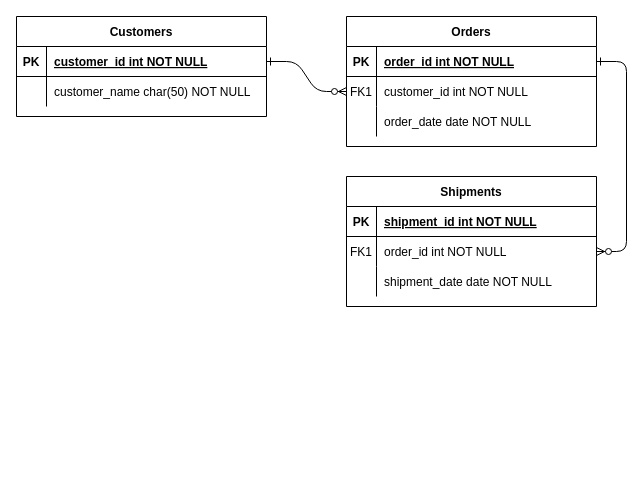
This is Untitled Diagram.drawio from toyabeai/diagrams, a draw.io file, before an edit. Source tidied: cells renumbered, new cells numbered last; positions are measured from the earlier drawing's top-left corner, leaving out a move shared by most shapes. Both pictures are drawn from the tidied source at 100%, with x=0, y=0 at pixel (16, 16).
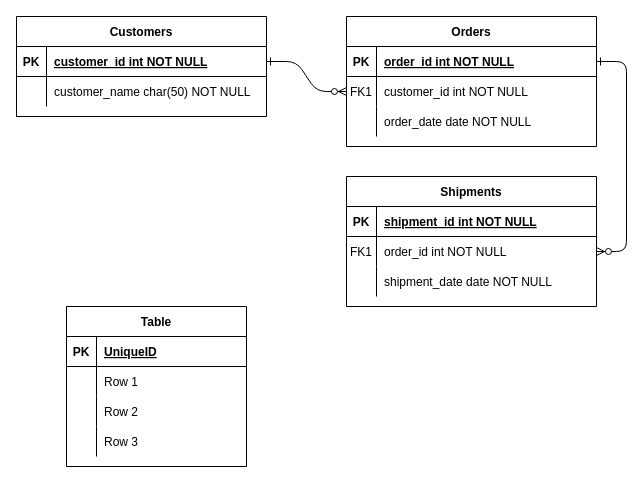
Above is the later version.

Diff of the diagram source:
```diff
@@
+    <mxCell id="31" value="Table" style="shape=table;startSize=30;childLayout=tableLayout;rowLines=0;fontStyle=1;align=center;" parent="1" vertex="1">
+      <mxGeometry x="50" y="290" width="180" height="160" as="geometry" />
+    </mxCell>
+    <mxCell id="32" style="shape=tableRow;horizontal=0;startSize=0;swimlaneHead=0;swimlaneBody=0;fillColor=none;top=0;left=0;right=0;bottom=1;" parent="31" vertex="1">
+      <mxGeometry y="30" width="180" height="30" as="geometry" />
+    </mxCell>
+    <mxCell id="33" value="PK" style="shape=partialRectangle;fillColor=none;top=0;left=0;bottom=0;right=0;fontStyle=1;overflow=hidden;" parent="32" vertex="1">
+      <mxGeometry width="30" height="30" as="geometry" />
+    </mxCell>
+    <mxCell id="34" value="UniqueID" style="shape=partialRectangle;fillColor=none;top=0;left=0;bottom=0;right=0;align=left;spacingLeft=6;fontStyle=5;overflow=hidden;" parent="32" vertex="1">
+      <mxGeometry x="30" width="150" height="30" as="geometry" />
+    </mxCell>
+    <mxCell id="35" style="shape=tableRow;horizontal=0;startSize=0;swimlaneHead=0;swimlaneBody=0;fillColor=none;top=0;left=0;right=0;bottom=0;" parent="31" vertex="1">
+      <mxGeometry y="60" width="180" height="30" as="geometry" />
+    </mxCell>
+    <mxCell id="36" style="shape=partialRectangle;fillColor=none;top=0;left=0;bottom=0;right=0;overflow=hidden;" parent="35" vertex="1">
+      <mxGeometry width="30" height="30" as="geometry" />
+    </mxCell>
+    <mxCell id="37" value="Row 1" style="shape=partialRectangle;fillColor=none;top=0;left=0;bottom=0;right=0;align=left;spacingLeft=6;overflow=hidden;" parent="35" vertex="1">
+      <mxGeometry x="30" width="150" height="30" as="geometry" />
+    </mxCell>
+    <mxCell id="38" style="shape=tableRow;horizontal=0;startSize=0;swimlaneHead=0;swimlaneBody=0;fillColor=none;top=0;left=0;right=0;bottom=0;" parent="31" vertex="1">
+      <mxGeometry y="90" width="180" height="30" as="geometry" />
+    </mxCell>
+    <mxCell id="39" style="shape=partialRectangle;fillColor=none;top=0;left=0;bottom=0;right=0;overflow=hidden;" parent="38" vertex="1">
+      <mxGeometry width="30" height="30" as="geometry" />
+    </mxCell>
+    <mxCell id="40" value="Row 2" style="shape=partialRectangle;fillColor=none;top=0;left=0;bottom=0;right=0;align=left;spacingLeft=6;overflow=hidden;" parent="38" vertex="1">
+      <mxGeometry x="30" width="150" height="30" as="geometry" />
+    </mxCell>
+    <mxCell id="41" style="shape=tableRow;horizontal=0;startSize=0;swimlaneHead=0;swimlaneBody=0;fillColor=none;top=0;left=0;right=0;bottom=0;" parent="31" vertex="1">
+      <mxGeometry y="120" width="180" height="30" as="geometry" />
+    </mxCell>
+    <mxCell id="42" style="shape=partialRectangle;fillColor=none;top=0;left=0;bottom=0;right=0;overflow=hidden;" parent="41" vertex="1">
+      <mxGeometry width="30" height="30" as="geometry" />
+    </mxCell>
+    <mxCell id="43" value="Row 3" style="shape=partialRectangle;fillColor=none;top=0;left=0;bottom=0;right=0;align=left;spacingLeft=6;overflow=hidden;" parent="41" vertex="1">
+      <mxGeometry x="30" width="150" height="30" as="geometry" />
+    </mxCell>
```
